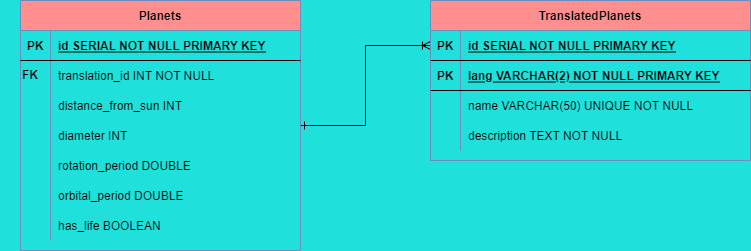
This is DB/Planets ER Diagram.png from tsgsOFFICIAL/Kilgharrah, a draw.io export, as it was before one commit. Source tidied: cells renumbered, new cells last; positions are measured from the earlier drawing's top-left corner, leaving out a move shared by most shapes.
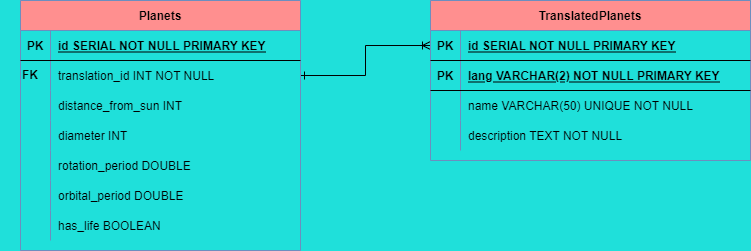
The same diagram one commit later.

Change to the diagram source:
```diff
@@ -2,7 +2,7 @@
   <root>
     <mxCell id="0" />
     <mxCell id="1" parent="0" />
-    <mxCell id="2" style="edgeStyle=orthogonalEdgeStyle;rounded=0;jettySize=auto;html=1;entryX=0;entryY=0.5;entryDx=0;entryDy=0;endArrow=ERoneToMany;endFill=0;startArrow=ERone;startFill=0;" parent="1" edge="1" source="3" target="26">
+    <mxCell id="2" style="edgeStyle=orthogonalEdgeStyle;rounded=0;jettySize=auto;html=1;entryX=0;entryY=0.5;entryDx=0;entryDy=0;endArrow=ERoneToMany;endFill=0;startArrow=ERone;startFill=0;exitX=1;exitY=0.5;exitDx=0;exitDy=0;" parent="1" edge="1" source="7" target="26">
       <mxGeometry relative="1" as="geometry" />
     </mxCell>
     <mxCell id="3" value="Planets" style="shape=table;startSize=30;rowLines=0;fontStyle=1;align=center;fillColor=#FF8F8F;strokeColor=#6c8ebf;" parent="1" vertex="1">
```
